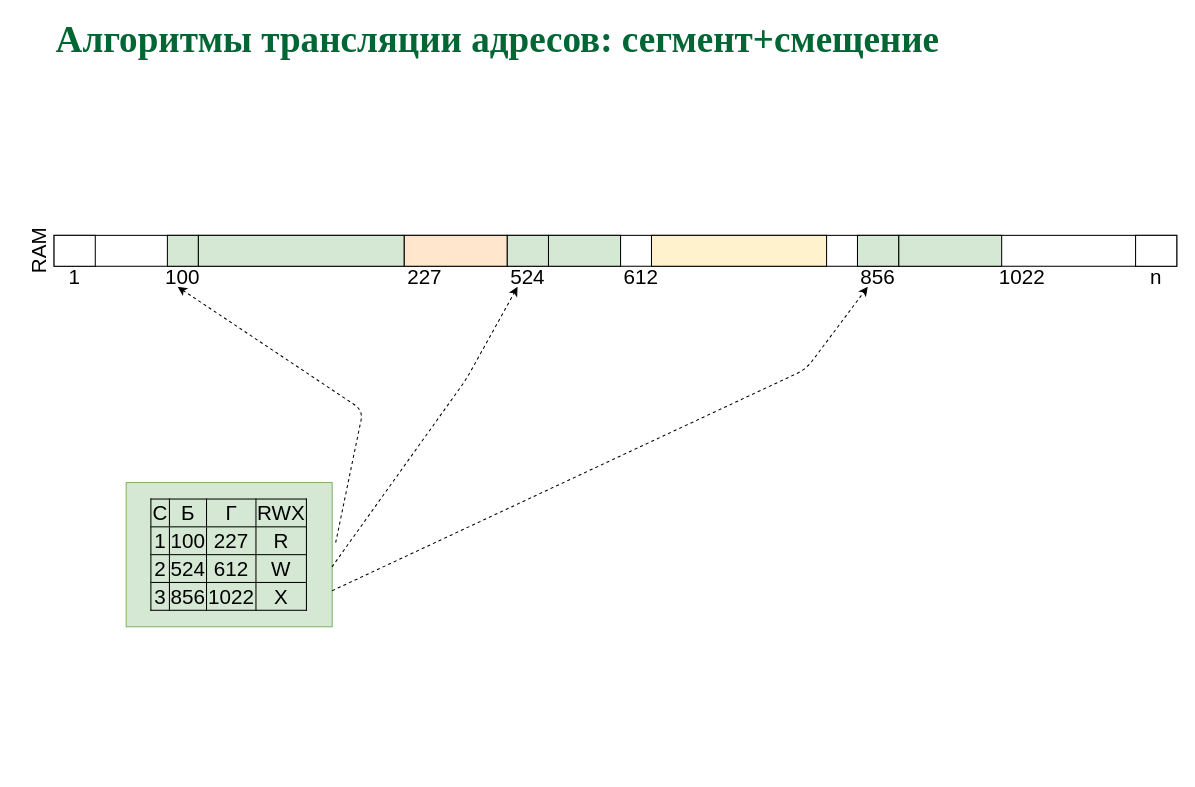
77maxikov/os_course keeps this draw.io diagram as page "P23" (27 of 46) of slides/memmgt.drawio. Above is the earlier version. Source tidied: cells renumbered, new cells numbered last; positions are measured from the earlier drawing's top-left corner, leaving out a move shared by most shapes. Both pictures are drawn from the tidied source at 103%, with x=0, y=0 at pixel (12, 29).
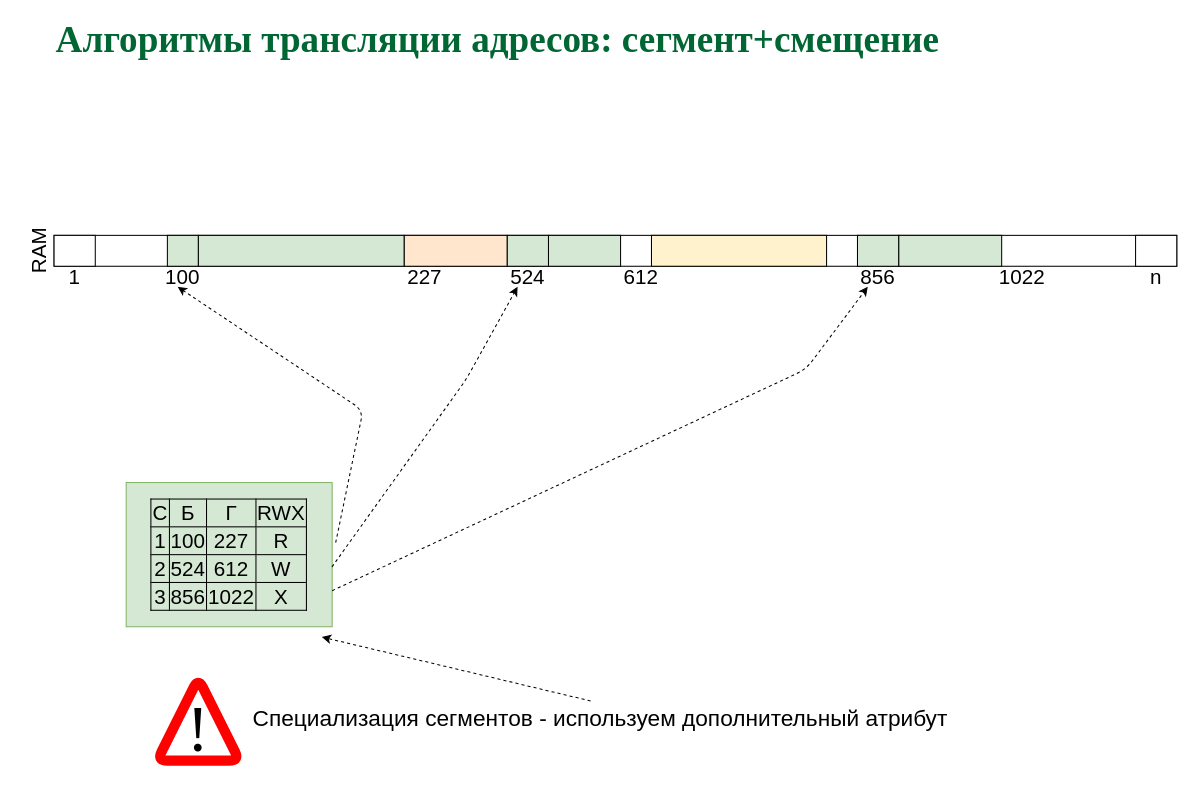
The same diagram, later.

Diff of the diagram source:
```diff
@@
+    <mxCell id="27" style="group;" parent="1" vertex="1">
+      <mxGeometry x="140" y="630" width="80" height="80" as="geometry" />
+    </mxCell>
+    <mxCell id="28" style="endArrow=none;html=1;strokeWidth=10;strokeColor=#FF0000;jumpStyle=arc;rounded=1;fontSize=22;fontColor=#000000;" parent="27" edge="1">
+      <mxGeometry relative="1" as="geometry">
+        <mxPoint x="40" y="80" as="sourcePoint" />
+        <mxPoint x="40" y="80" as="targetPoint" />
+        <Array as="points">
+          <mxPoint y="80" />
+          <mxPoint x="40" />
+          <mxPoint x="80" y="80" />
+        </Array>
+      </mxGeometry>
+    </mxCell>
+    <mxCell id="29" value="&lt;font style=&quot;font-size: 63px&quot;&gt;!&lt;/font&gt;" style="text;html=1;strokeColor=none;fillColor=none;align=center;verticalAlign=middle;whiteSpace=wrap;rounded=0;fontFamily=Times New Roman;fillStyle=auto;fontSize=22;fontColor=#000000;" parent="27" vertex="1">
+      <mxGeometry x="20" y="40" width="40" height="20" as="geometry" />
+    </mxCell>
+    <mxCell id="30" value="Специализация сегментов - используем дополнительный атрибут" style="text;html=1;align=center;verticalAlign=middle;points=[];strokeColor=none;fillColor=none;fontSize=22;fontColor=#000000;" parent="1" vertex="1">
+      <mxGeometry x="220" y="650" width="700" height="40" as="geometry" />
+    </mxCell>
+    <mxCell id="31" style="endArrow=classic;html=1;rounded=0;fontSize=22;fontColor=#000000;exitX=0.487;exitY=0.05;exitDx=0;exitDy=0;exitPerimeter=0;dashed=1;" parent="1" edge="1" source="30">
+      <mxGeometry relative="1" as="geometry">
+        <mxPoint x="300" y="590" as="targetPoint" />
+      </mxGeometry>
+    </mxCell>
```
